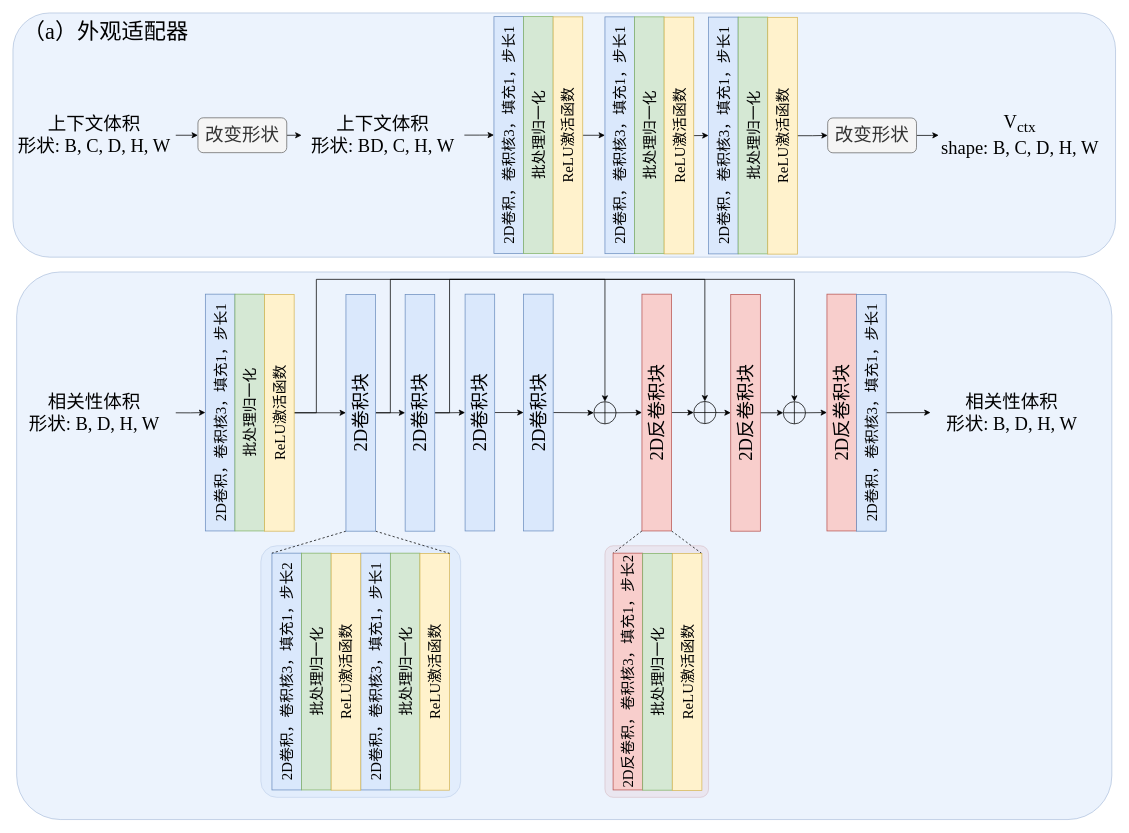
The draw.io diagram nerf_decoder.drawio in wangpinzhi/wangpinzhi.github.io, before the edit. Source tidied: cells renumbered, new cells numbered last; positions are measured from the earlier drawing's top-left corner, leaving out a move shared by most shapes. Both pictures are drawn from the tidied source at 74%, with x=0, y=0 at pixel (13, 13).
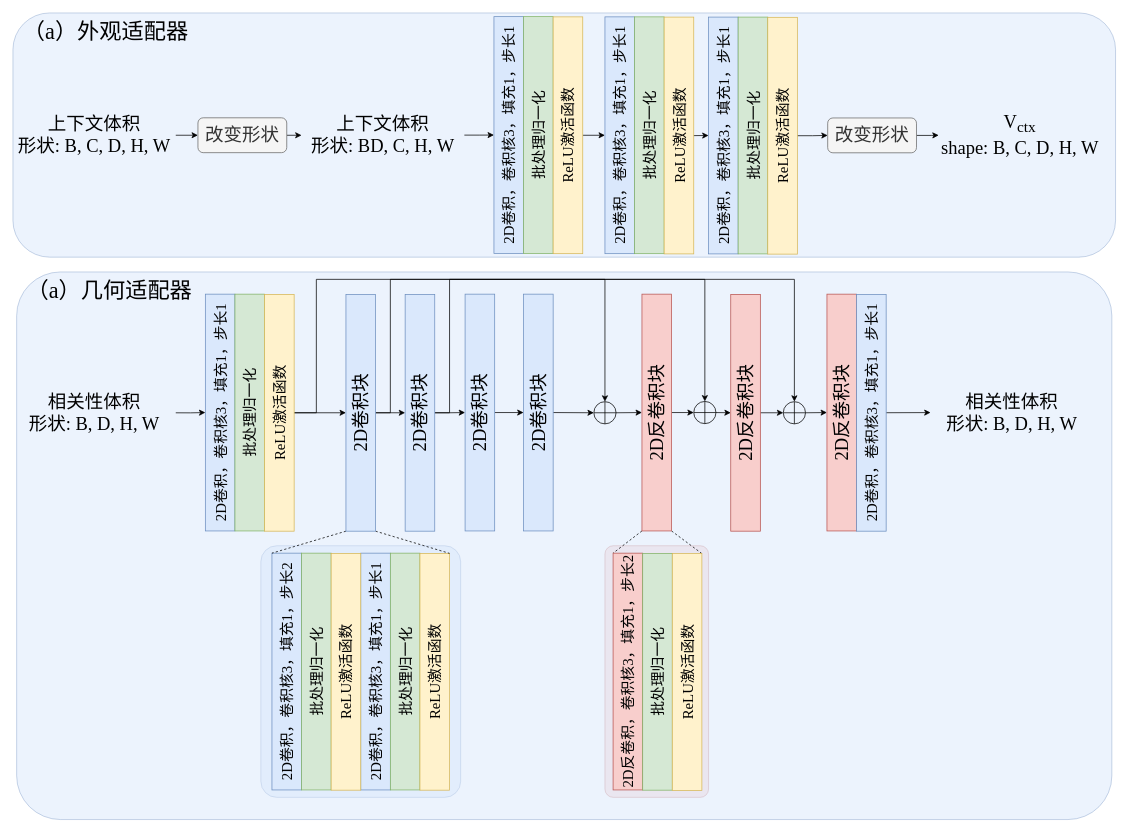
The same diagram, later.

Change to the diagram source:
```diff
@@
+    <mxCell id="72" value="&lt;font&gt;（a）几何适配器&lt;/font&gt;" style="text;html=1;align=center;verticalAlign=middle;strokeColor=none;fillColor=none;fontSize=30;fontFamily=Times New Roman;" parent="1" vertex="1">
+      <mxGeometry x="5" y="350" width="250" height="50" as="geometry" />
+    </mxCell>
```
